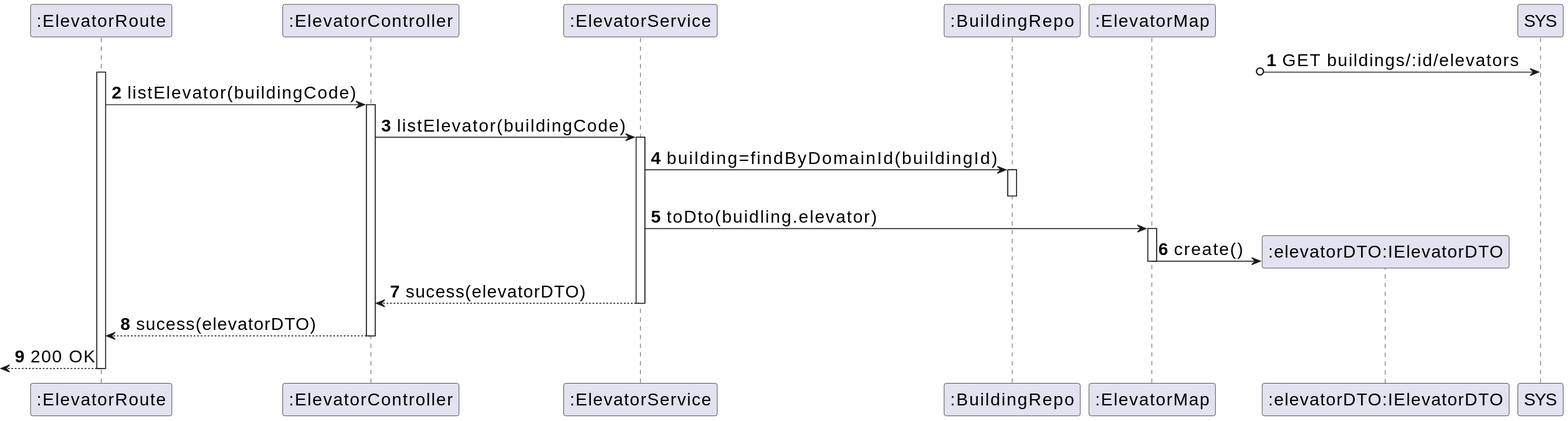
Before: _wiki/sprint-a/us15-290/views/level-3/assets/process-view.svg, a diagram exported from PlantUML (miseEnPlace-dev/lapr5).
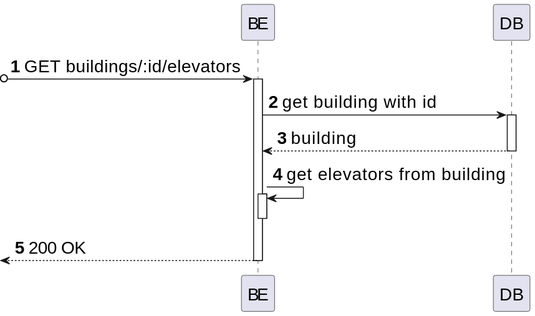
After the change.

What changed in the source:
```diff
@@ -1,31 +1,21 @@
 @startuml
 skinparamlocked defaultFontSize 20
 autonumber
-participant ROUTE as ":ElevatorRoute"
-participant CTRL as ":ElevatorController"
-participant SRV as ":ElevatorService"
-participant BREPO as ":BuildingRepo"
-participant MAP as ":ElevatorMap"
-participant DTO as ":elevatorDTO:IElevatorDTO"
+participant BE as "BE"
+participant DB as "DB"
 
-?o-> SYS : GET buildings/:id/elevators
-activate ROUTE
+?o-> BE : GET buildings/:id/elevators
+activate BE
 
-ROUTE -> CTRL : listElevator(buildingCode)
-activate CTRL
-CTRL -> SRV : listElevator(buildingCode)
-activate SRV
-SRV -> BREPO : building=findByDomainId(buildingId)
-activate BREPO
-deactivate BREPO
-SRV -> MAP : toDto(buidling.elevator)
-activate MAP
-MAP -> DTO** : create()
-deactivate MAP
-SRV --> CTRL : sucess(elevatorDTO)
-deactivate SRV
-CTRL --> ROUTE : sucess(elevatorDTO)
-deactivate CTRL
-<-- ROUTE : 200 OK
-deactivate ROUTE
+BE -> DB : get building with id
+activate DB
+DB --> BE : building
+deactivate DB
+
+BE -> BE : get elevators from building
+activate BE
+deactivate BE
+
+<-- BE : 200 OK
+deactivate BE
 @enduml
```
